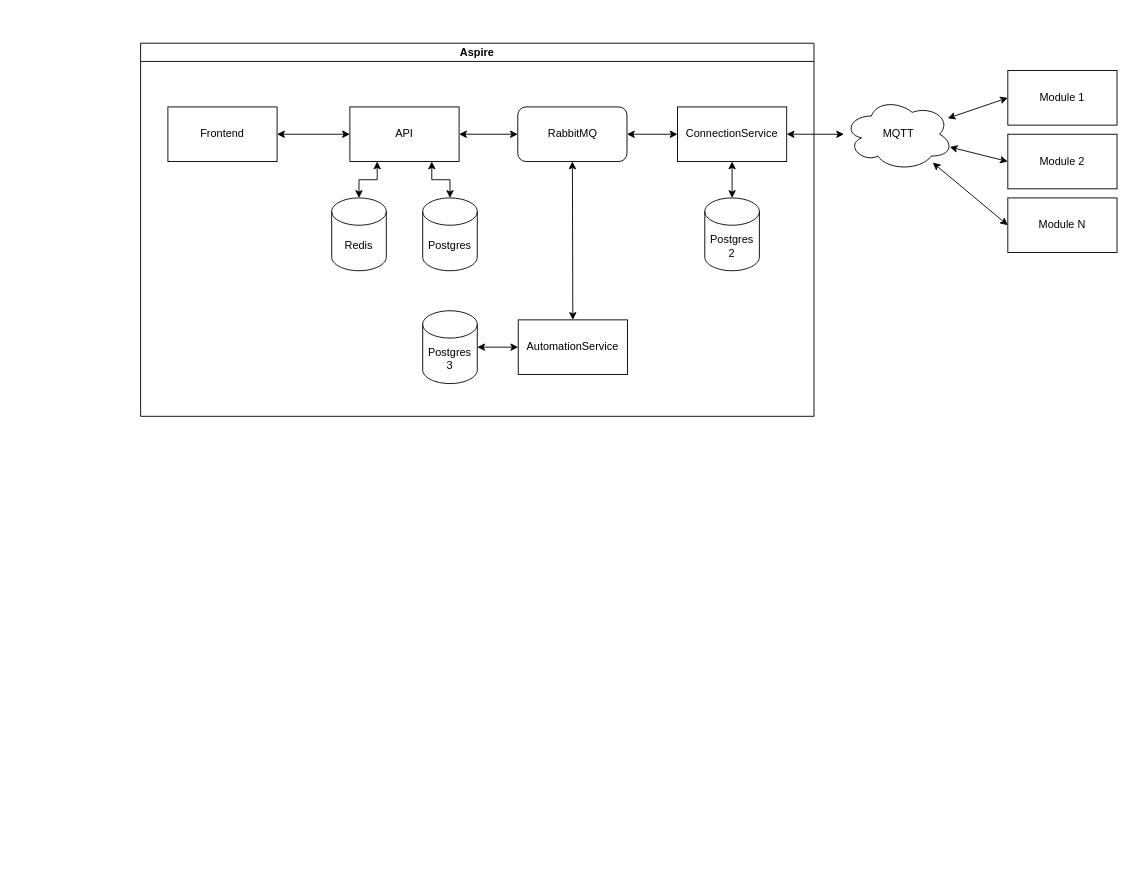
Before: docs/planning/Architecture.drawio in S-Mitterlehner/smart-garden, a draw.io diagram. Source tidied: cells renumbered, new cells numbered last; positions are measured from the earlier drawing's top-left corner, leaving out a move shared by most shapes. Both pictures are drawn from the tidied source at 91%, with x=0, y=0 at pixel (140, 43).
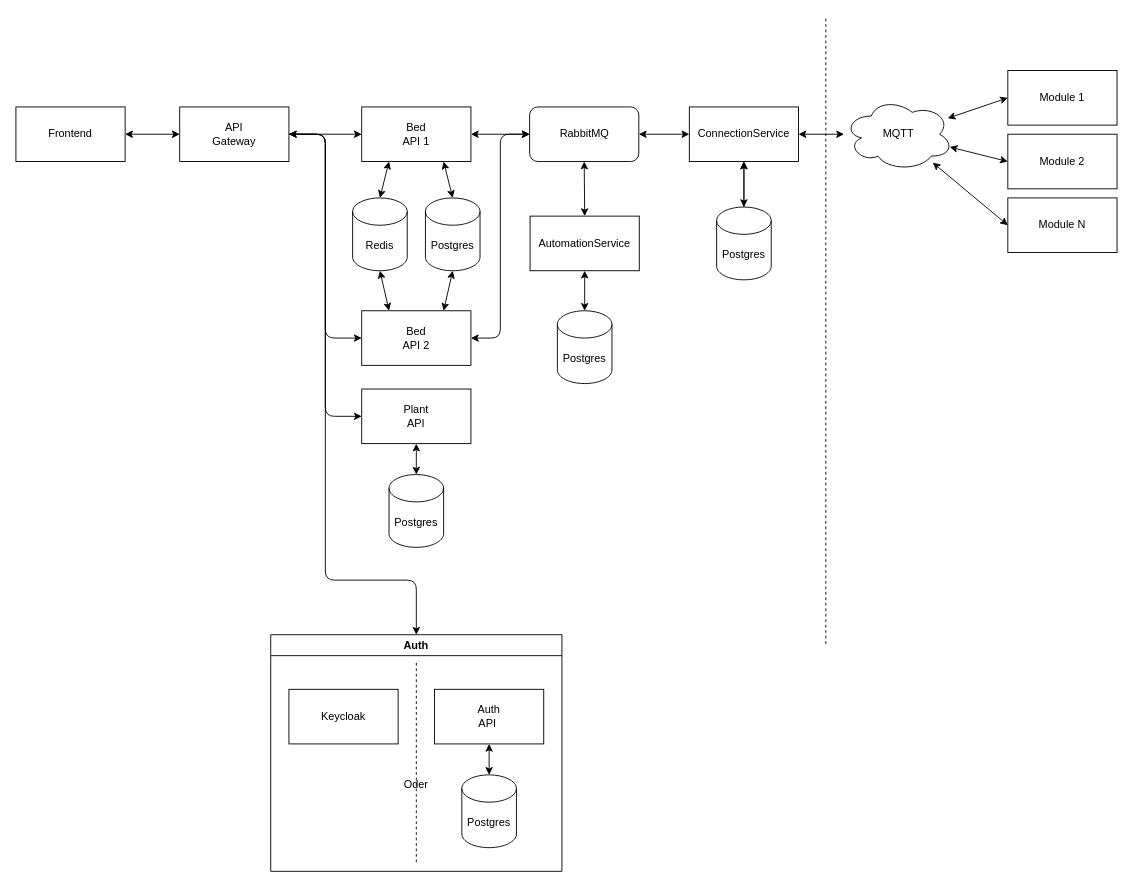
Above is the later version.

Commit message (it also covers changes not shown here):
Architecture diagram

Unchanged cells that the change refers to:
```xml
<mxCell id="7" value="MQTT" style="ellipse;shape=cloud;whiteSpace=wrap;html=1;" parent="1" vertex="1">
  <mxGeometry x="773" y="60" width="120" height="80" as="geometry" />
</mxCell>
```

Diff of the diagram source:
```diff
@@
-    <mxCell id="8" value="Aspire" style="swimlane;whiteSpace=wrap;html=1;startSize=20;" parent="1" vertex="1">
-      <mxGeometry width="740" height="410" as="geometry" />
-    </mxCell>
+    <mxCell id="26" value="Module N" style="rounded=0;whiteSpace=wrap;html=1;" parent="1" vertex="1">
+      <mxGeometry x="953" y="170" width="120" height="60" as="geometry" />
+    </mxCell>
+    <mxCell id="27" style="rounded=0;jettySize=auto;html=1;entryX=0;entryY=0.5;entryDx=0;entryDy=0;startArrow=classic;startFill=1;" parent="1" edge="1" source="7" target="26">
+      <mxGeometry relative="1" as="geometry" />
+    </mxCell>
+    <mxCell id="28" style="edgeStyle=none;html=1;exitX=1;exitY=0.5;exitDx=0;exitDy=0;entryX=0;entryY=0.5;entryDx=0;entryDy=0;startArrow=classic;startFill=1;" parent="1" edge="1" source="9" target="38">
+      <mxGeometry relative="1" as="geometry" />
+    </mxCell>
-    <mxCell id="9" value="Frontend" style="rounded=0;whiteSpace=wrap;html=1;" parent="8" vertex="1">
-      <mxGeometry x="30" y="70" width="120" height="60" as="geometry" />
+    <mxCell id="9" value="Frontend" style="rounded=0;whiteSpace=wrap;html=1;" parent="1" vertex="1">
+      <mxGeometry x="-137" y="70" width="120" height="60" as="geometry" />
     </mxCell>
-    <mxCell id="10" value="API" style="rounded=0;whiteSpace=wrap;html=1;" parent="8" vertex="1">
-      <mxGeometry x="230" y="70" width="120" height="60" as="geometry" />
+    <mxCell id="10" value="Bed&lt;div&gt;API 1&lt;/div&gt;" style="rounded=0;whiteSpace=wrap;html=1;" parent="1" vertex="1">
+      <mxGeometry x="243" y="70" width="120" height="60" as="geometry" />
     </mxCell>
-    <mxCell id="11" style="edgeStyle=orthogonalEdgeStyle;rounded=0;jettySize=auto;html=1;exitX=0;exitY=0.5;exitDx=0;exitDy=0;entryX=1;entryY=0.5;entryDx=0;entryDy=0;startArrow=classic;startFill=1;" parent="8" edge="1" source="10" target="9">
-      <mxGeometry relative="1" as="geometry" />
-    </mxCell>
-    <mxCell id="12" style="edgeStyle=none;html=1;exitX=0.5;exitY=1;exitDx=0;exitDy=0;entryX=0.5;entryY=0;entryDx=0;entryDy=0;startArrow=classic;startFill=1;" parent="8" edge="1" source="13" target="23">
+    <mxCell id="12" style="edgeStyle=none;html=1;exitX=0.5;exitY=1;exitDx=0;exitDy=0;entryX=0.5;entryY=0;entryDx=0;entryDy=0;startArrow=classic;startFill=1;" parent="1" edge="1" source="13" target="23">
       <mxGeometry relative="1" as="geometry" />
     </mxCell>
-    <mxCell id="13" value="RabbitMQ" style="rounded=1;whiteSpace=wrap;html=1;" parent="8" vertex="1">
-      <mxGeometry x="414.5" y="70" width="120" height="60" as="geometry" />
+    <mxCell id="13" value="RabbitMQ" style="rounded=1;whiteSpace=wrap;html=1;" parent="1" vertex="1">
+      <mxGeometry x="427.5" y="70" width="120" height="60" as="geometry" />
     </mxCell>
-    <mxCell id="14" style="edgeStyle=orthogonalEdgeStyle;rounded=0;jettySize=auto;html=1;exitX=0;exitY=0.5;exitDx=0;exitDy=0;entryX=1;entryY=0.5;entryDx=0;entryDy=0;startArrow=classic;startFill=1;" parent="8" edge="1" source="13" target="10">
+    <mxCell id="14" style="edgeStyle=orthogonalEdgeStyle;rounded=0;jettySize=auto;html=1;exitX=0;exitY=0.5;exitDx=0;exitDy=0;entryX=1;entryY=0.5;entryDx=0;entryDy=0;startArrow=classic;startFill=1;" parent="1" edge="1" source="13" target="10">
       <mxGeometry relative="1" as="geometry" />
     </mxCell>
-    <mxCell id="15" value="ConnectionService" style="rounded=0;whiteSpace=wrap;html=1;" parent="8" vertex="1">
-      <mxGeometry x="590" y="70" width="120" height="60" as="geometry" />
+    <mxCell id="15" value="ConnectionService" style="rounded=0;whiteSpace=wrap;html=1;" parent="1" vertex="1">
+      <mxGeometry x="603" y="70" width="120" height="60" as="geometry" />
     </mxCell>
-    <mxCell id="16" style="edgeStyle=orthogonalEdgeStyle;rounded=0;jettySize=auto;html=1;exitX=1;exitY=0.5;exitDx=0;exitDy=0;entryX=0;entryY=0.5;entryDx=0;entryDy=0;startArrow=classic;startFill=1;" parent="8" edge="1" source="13" target="15">
+    <mxCell id="16" style="edgeStyle=orthogonalEdgeStyle;rounded=0;jettySize=auto;html=1;exitX=1;exitY=0.5;exitDx=0;exitDy=0;entryX=0;entryY=0.5;entryDx=0;entryDy=0;startArrow=classic;startFill=1;" parent="1" edge="1" source="13" target="15">
       <mxGeometry relative="1" as="geometry" />
     </mxCell>
+    <mxCell id="29" style="edgeStyle=none;html=1;exitX=0.5;exitY=1;exitDx=0;exitDy=0;exitPerimeter=0;entryX=0.75;entryY=0;entryDx=0;entryDy=0;startArrow=classic;startFill=1;" parent="1" edge="1" source="17" target="42">
+      <mxGeometry relative="1" as="geometry" />
+    </mxCell>
-    <mxCell id="17" value="Postgres" style="shape=cylinder3;whiteSpace=wrap;html=1;boundedLbl=1;backgroundOutline=1;size=15;" parent="8" vertex="1">
-      <mxGeometry x="310" y="170" width="60" height="80" as="geometry" />
+    <mxCell id="17" value="Postgres" style="shape=cylinder3;whiteSpace=wrap;html=1;boundedLbl=1;backgroundOutline=1;size=15;" parent="1" vertex="1">
+      <mxGeometry x="313" y="170" width="60" height="80" as="geometry" />
     </mxCell>
-    <mxCell id="18" style="edgeStyle=orthogonalEdgeStyle;rounded=0;jettySize=auto;html=1;exitX=0.75;exitY=1;exitDx=0;exitDy=0;entryX=0.5;entryY=0;entryDx=0;entryDy=0;entryPerimeter=0;startArrow=classic;startFill=1;" parent="8" edge="1" source="10" target="17">
+    <mxCell id="18" style="rounded=0;jettySize=auto;html=1;exitX=0.75;exitY=1;exitDx=0;exitDy=0;entryX=0.5;entryY=0;entryDx=0;entryDy=0;entryPerimeter=0;startArrow=classic;startFill=1;" parent="1" edge="1" source="10" target="17">
       <mxGeometry relative="1" as="geometry" />
     </mxCell>
-    <mxCell id="19" style="edgeStyle=orthogonalEdgeStyle;rounded=0;jettySize=auto;html=1;exitX=0.5;exitY=0;exitDx=0;exitDy=0;exitPerimeter=0;entryX=0.25;entryY=1;entryDx=0;entryDy=0;startArrow=classic;startFill=1;" parent="8" edge="1" source="20" target="10">
+    <mxCell id="19" style="rounded=0;jettySize=auto;html=1;exitX=0.5;exitY=0;exitDx=0;exitDy=0;exitPerimeter=0;entryX=0.25;entryY=1;entryDx=0;entryDy=0;startArrow=classic;startFill=1;" parent="1" edge="1" source="20" target="10">
       <mxGeometry relative="1" as="geometry" />
     </mxCell>
+    <mxCell id="30" style="edgeStyle=none;html=1;exitX=0.5;exitY=1;exitDx=0;exitDy=0;exitPerimeter=0;entryX=0.25;entryY=0;entryDx=0;entryDy=0;startArrow=classic;startFill=1;" parent="1" edge="1" source="20" target="42">
+      <mxGeometry relative="1" as="geometry" />
+    </mxCell>
-    <mxCell id="20" value="Redis" style="shape=cylinder3;whiteSpace=wrap;html=1;boundedLbl=1;backgroundOutline=1;size=15;" parent="8" vertex="1">
-      <mxGeometry x="210" y="170" width="60" height="80" as="geometry" />
+    <mxCell id="20" value="Redis" style="shape=cylinder3;whiteSpace=wrap;html=1;boundedLbl=1;backgroundOutline=1;size=15;" parent="1" vertex="1">
+      <mxGeometry x="233" y="170" width="60" height="80" as="geometry" />
     </mxCell>
+    <mxCell id="31" style="edgeStyle=none;html=1;" parent="1" edge="1" source="21" target="15">
+      <mxGeometry relative="1" as="geometry" />
+    </mxCell>
-    <mxCell id="21" value="Postgres&lt;div&gt;2&lt;/div&gt;" style="shape=cylinder3;whiteSpace=wrap;html=1;boundedLbl=1;backgroundOutline=1;size=15;strokeColor=#000000;" parent="8" vertex="1">
-      <mxGeometry x="620" y="170" width="60" height="80" as="geometry" />
+    <mxCell id="21" value="Postgres" style="shape=cylinder3;whiteSpace=wrap;html=1;boundedLbl=1;backgroundOutline=1;size=15;strokeColor=#000000;" parent="1" vertex="1">
+      <mxGeometry x="633" y="180" width="60" height="80" as="geometry" />
     </mxCell>
-    <mxCell id="22" style="edgeStyle=orthogonalEdgeStyle;rounded=0;jettySize=auto;html=1;exitX=0.5;exitY=1;exitDx=0;exitDy=0;entryX=0.5;entryY=0;entryDx=0;entryDy=0;entryPerimeter=0;startArrow=classic;startFill=1;strokeColor=#000000;" parent="8" edge="1" source="15" target="21">
+    <mxCell id="22" style="edgeStyle=orthogonalEdgeStyle;rounded=0;jettySize=auto;html=1;exitX=0.5;exitY=1;exitDx=0;exitDy=0;entryX=0.5;entryY=0;entryDx=0;entryDy=0;entryPerimeter=0;startArrow=classic;startFill=1;strokeColor=#000000;" parent="1" edge="1" source="15" target="21">
       <mxGeometry relative="1" as="geometry" />
     </mxCell>
-    <mxCell id="23" value="AutomationService" style="rounded=0;whiteSpace=wrap;html=1;" parent="8" vertex="1">
-      <mxGeometry x="415" y="304" width="120" height="60" as="geometry" />
+    <mxCell id="23" value="AutomationService" style="rounded=0;whiteSpace=wrap;html=1;" parent="1" vertex="1">
+      <mxGeometry x="428" y="190" width="120" height="60" as="geometry" />
     </mxCell>
-    <mxCell id="24" value="Postgres&lt;div&gt;3&lt;/div&gt;" style="shape=cylinder3;whiteSpace=wrap;html=1;boundedLbl=1;backgroundOutline=1;size=15;" parent="8" vertex="1">
-      <mxGeometry x="310" y="294" width="60" height="80" as="geometry" />
+    <mxCell id="24" value="Postgres" style="shape=cylinder3;whiteSpace=wrap;html=1;boundedLbl=1;backgroundOutline=1;size=15;" parent="1" vertex="1">
+      <mxGeometry x="458" y="294" width="60" height="80" as="geometry" />
     </mxCell>
-    <mxCell id="25" style="edgeStyle=none;html=1;exitX=0;exitY=0.5;exitDx=0;exitDy=0;entryX=1;entryY=0.5;entryDx=0;entryDy=0;entryPerimeter=0;startArrow=classic;startFill=1;" parent="8" edge="1" source="23" target="24">
+    <mxCell id="25" style="edgeStyle=none;html=1;exitX=0.5;exitY=1;exitDx=0;exitDy=0;entryX=0.5;entryY=0;entryDx=0;entryDy=0;entryPerimeter=0;startArrow=classic;startFill=1;" parent="1" edge="1" source="23" target="24">
       <mxGeometry relative="1" as="geometry" />
     </mxCell>
-    <mxCell id="26" value="Module N" style="rounded=0;whiteSpace=wrap;html=1;" parent="1" vertex="1">
-      <mxGeometry x="953" y="170" width="120" height="60" as="geometry" />
-    </mxCell>
-    <mxCell id="27" style="rounded=0;jettySize=auto;html=1;entryX=0;entryY=0.5;entryDx=0;entryDy=0;startArrow=classic;startFill=1;" parent="1" edge="1" source="7" target="26">
-      <mxGeometry relative="1" as="geometry" />
-    </mxCell>
+    <mxCell id="32" value="Plant&lt;div&gt;API&lt;/div&gt;" style="rounded=0;whiteSpace=wrap;html=1;" parent="1" vertex="1">
+      <mxGeometry x="243" y="380" width="120" height="60" as="geometry" />
+    </mxCell>
+    <mxCell id="33" value="Postgres" style="shape=cylinder3;whiteSpace=wrap;html=1;boundedLbl=1;backgroundOutline=1;size=15;" parent="1" vertex="1">
+      <mxGeometry x="273" y="474" width="60" height="80" as="geometry" />
+    </mxCell>
+    <mxCell id="34" style="edgeStyle=none;html=1;exitX=0.5;exitY=1;exitDx=0;exitDy=0;entryX=0.5;entryY=0;entryDx=0;entryDy=0;entryPerimeter=0;startArrow=classic;startFill=1;" parent="1" edge="1" source="32" target="33">
+      <mxGeometry relative="1" as="geometry" />
+    </mxCell>
+    <mxCell id="35" style="edgeStyle=none;html=1;exitX=1;exitY=0.5;exitDx=0;exitDy=0;entryX=0;entryY=0.5;entryDx=0;entryDy=0;rounded=0;curved=0;startArrow=classic;startFill=1;" parent="1" edge="1" source="38" target="10">
+      <mxGeometry relative="1" as="geometry" />
+    </mxCell>
+    <mxCell id="36" style="edgeStyle=orthogonalEdgeStyle;html=1;exitX=1;exitY=0.5;exitDx=0;exitDy=0;entryX=0;entryY=0.5;entryDx=0;entryDy=0;rounded=1;curved=0;" parent="1" edge="1" source="38" target="32">
+      <mxGeometry relative="1" as="geometry" />
+    </mxCell>
+    <mxCell id="37" style="edgeStyle=orthogonalEdgeStyle;html=1;exitX=1;exitY=0.5;exitDx=0;exitDy=0;entryX=0.5;entryY=0;entryDx=0;entryDy=0;" parent="1" edge="1" source="38" target="43">
+      <mxGeometry relative="1" as="geometry">
+        <Array as="points">
+          <mxPoint x="203" y="100" />
+          <mxPoint x="203" y="590" />
+          <mxPoint x="303" y="590" />
+        </Array>
+      </mxGeometry>
+    </mxCell>
+    <mxCell id="38" value="API&lt;div&gt;Gateway&lt;/div&gt;" style="rounded=0;whiteSpace=wrap;html=1;" parent="1" vertex="1">
+      <mxGeometry x="43" y="70" width="120" height="60" as="geometry" />
+    </mxCell>
+    <mxCell id="39" style="endArrow=none;dashed=1;html=1;" parent="1" edge="1">
+      <mxGeometry relative="1" as="geometry">
+        <mxPoint x="753" y="660" as="sourcePoint" />
+        <mxPoint x="753" y="-30" as="targetPoint" />
+      </mxGeometry>
+    </mxCell>
+    <mxCell id="40" style="edgeStyle=orthogonalEdgeStyle;html=1;exitX=0;exitY=0.5;exitDx=0;exitDy=0;entryX=1;entryY=0.5;entryDx=0;entryDy=0;rounded=1;curved=0;startArrow=classic;startFill=1;" parent="1" edge="1" source="42" target="38">
+      <mxGeometry relative="1" as="geometry" />
+    </mxCell>
+    <mxCell id="41" style="edgeStyle=orthogonalEdgeStyle;html=1;exitX=1;exitY=0.5;exitDx=0;exitDy=0;entryX=0;entryY=0.5;entryDx=0;entryDy=0;startArrow=classic;startFill=1;" parent="1" edge="1" source="42" target="13">
+      <mxGeometry relative="1" as="geometry" />
+    </mxCell>
+    <mxCell id="42" value="Bed&lt;div&gt;API 2&lt;/div&gt;" style="rounded=0;whiteSpace=wrap;html=1;" parent="1" vertex="1">
+      <mxGeometry x="243" y="294" width="120" height="60" as="geometry" />
+    </mxCell>
+    <mxCell id="43" value="Auth" style="swimlane;whiteSpace=wrap;html=1;" parent="1" vertex="1">
+      <mxGeometry x="143" y="650" width="320" height="260" as="geometry" />
+    </mxCell>
+    <mxCell id="44" value="Auth&lt;div&gt;API&amp;nbsp;&lt;/div&gt;" style="rounded=0;whiteSpace=wrap;html=1;" parent="43" vertex="1">
+      <mxGeometry x="180" y="60" width="120" height="60" as="geometry" />
+    </mxCell>
+    <mxCell id="45" value="Postgres" style="shape=cylinder3;whiteSpace=wrap;html=1;boundedLbl=1;backgroundOutline=1;size=15;" parent="43" vertex="1">
+      <mxGeometry x="210" y="154" width="60" height="80" as="geometry" />
+    </mxCell>
+    <mxCell id="46" style="edgeStyle=none;html=1;exitX=0.5;exitY=1;exitDx=0;exitDy=0;entryX=0.5;entryY=0;entryDx=0;entryDy=0;entryPerimeter=0;startArrow=classic;startFill=1;" parent="43" edge="1" source="44" target="45">
+      <mxGeometry relative="1" as="geometry" />
+    </mxCell>
+    <mxCell id="47" value="Keycloak" style="rounded=0;whiteSpace=wrap;html=1;" parent="43" vertex="1">
+      <mxGeometry x="20" y="60" width="120" height="60" as="geometry" />
+    </mxCell>
+    <mxCell id="48" style="endArrow=none;dashed=1;html=1;" parent="43" edge="1">
+      <mxGeometry relative="1" as="geometry">
+        <mxPoint x="160" y="250" as="sourcePoint" />
+        <mxPoint x="160" y="30" as="targetPoint" />
+      </mxGeometry>
+    </mxCell>
+    <mxCell id="49" value="Oder" style="text;html=1;align=center;verticalAlign=middle;whiteSpace=wrap;rounded=0;" parent="43" vertex="1">
+      <mxGeometry x="130" y="150" width="60" height="30" as="geometry" />
+    </mxCell>
```
